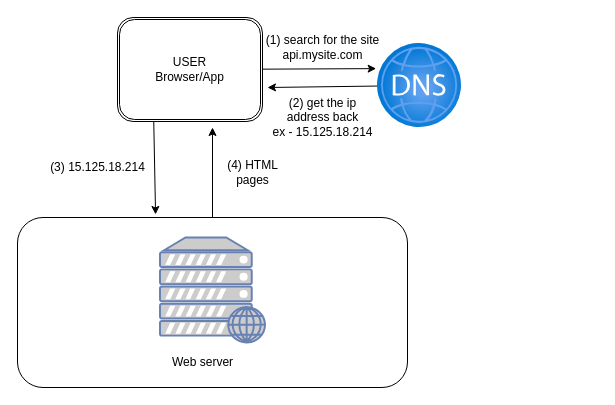
This is page "single-server-setup" (2 of 2) of system-design/assets/setup.drawio from Adhyayanpradhan/knowledge-base, a draw.io file, before an edit. Source tidied: cells renumbered, new cells numbered last; positions are measured from the earlier drawing's top-left corner, leaving out a move shared by most shapes. Both pictures are drawn from the tidied source at 100%, with x=0, y=0 at pixel (17, 17).
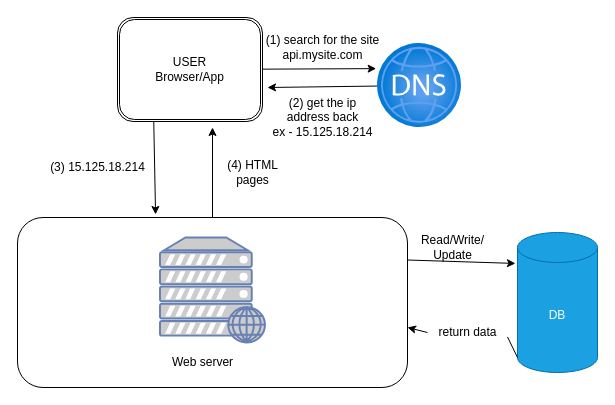
The same page after the edit.

The change refers to these unchanged cells:
```xml
<mxCell id="10" style="rounded=1;whiteSpace=wrap;html=1;" parent="1" vertex="1">
  <mxGeometry y="200" width="390" height="170" as="geometry" />
</mxCell>
```

Diff of the diagram source:
```diff
@@
+    <mxCell id="15" style="edgeStyle=none;html=1;exitX=1;exitY=0.25;exitDx=0;exitDy=0;strokeColor=#000000;fontColor=#000000;entryX=-0.026;entryY=0.221;entryDx=0;entryDy=0;entryPerimeter=0;" parent="1" edge="1" source="10" target="17">
+      <mxGeometry relative="1" as="geometry" />
+    </mxCell>
@@
+    <mxCell id="16" style="edgeStyle=none;html=1;exitX=0;exitY=1;exitDx=0;exitDy=-15;exitPerimeter=0;strokeColor=#000000;fontColor=#000000;entryX=1;entryY=0.647;entryDx=0;entryDy=0;entryPerimeter=0;startArrow=none;" parent="1" edge="1" source="20" target="10">
+      <mxGeometry relative="1" as="geometry" />
+    </mxCell>
+    <mxCell id="17" value="DB" style="shape=cylinder3;whiteSpace=wrap;html=1;boundedLbl=1;backgroundOutline=1;size=15;strokeColor=#006EAF;fontColor=#ffffff;fillColor=#1ba1e2;" parent="1" vertex="1">
+      <mxGeometry x="500" y="215" width="80" height="140" as="geometry" />
+    </mxCell>
+    <mxCell id="18" value="Read/Write/&lt;br&gt;Update" style="text;html=1;align=center;verticalAlign=middle;strokeColor=none;fillColor=none;fontColor=#000000;" parent="1" vertex="1">
+      <mxGeometry x="390" y="210" width="90" height="40" as="geometry" />
+    </mxCell>
+    <mxCell id="19" style="edgeStyle=none;html=1;exitX=0;exitY=1;exitDx=0;exitDy=-15;exitPerimeter=0;strokeColor=#000000;fontColor=#000000;entryX=1;entryY=0.647;entryDx=0;entryDy=0;entryPerimeter=0;endArrow=none;" parent="1" edge="1" source="17" target="20">
+      <mxGeometry relative="1" as="geometry" />
+    </mxCell>
+    <mxCell id="20" value="return data" style="text;html=1;align=center;verticalAlign=middle;points=[];strokeColor=none;fillColor=none;fontColor=#000000;" parent="1" vertex="1">
+      <mxGeometry x="410" y="300" width="80" height="30" as="geometry" />
+    </mxCell>
```
